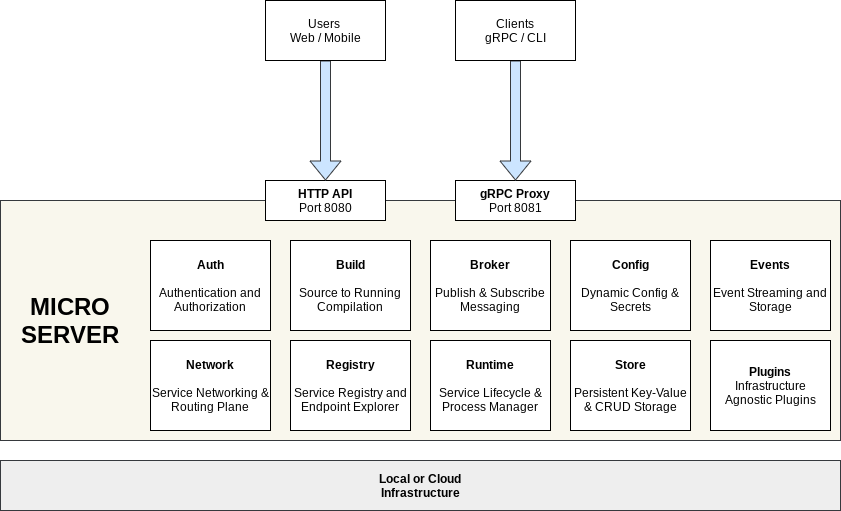
Above: docs/images/micro-3.0.png in micro/micro (draw.io), before the change. Source tidied: cells renumbered, new cells last; positions are measured from the earlier drawing's top-left corner, leaving out a move shared by most shapes. Source of this version:
```xml
<mxGraphModel background="#ffffff">
  <root>
    <mxCell id="0" />
    <mxCell id="1" parent="0" />
    <mxCell id="2" style="rounded=0;whiteSpace=wrap;html=1;fillColor=#f9f7ed;strokeColor=#36393d;" parent="1" vertex="1">
      <mxGeometry y="200" width="840" height="240" as="geometry" />
    </mxCell>
    <mxCell id="3" value="&lt;b&gt;HTTP API&lt;/b&gt;&lt;br&gt;Port 8080" style="rounded=0;whiteSpace=wrap;html=1;" parent="1" vertex="1">
      <mxGeometry x="265" y="180" width="120" height="40" as="geometry" />
    </mxCell>
    <mxCell id="4" style="shape=flexArrow;endArrow=classic;html=1;entryX=0.5;entryY=0;entryDx=0;entryDy=0;exitX=0.5;exitY=1;exitDx=0;exitDy=0;fillColor=#cce5ff;strokeColor=#36393d;" parent="1" edge="1" source="8" target="3">
      <mxGeometry relative="1" as="geometry" />
    </mxCell>
    <mxCell id="5" value="&lt;b&gt;gRPC Proxy&lt;/b&gt;&lt;br&gt;Port 8081" style="rounded=0;whiteSpace=wrap;html=1;" parent="1" vertex="1">
      <mxGeometry x="455" y="180" width="120" height="40" as="geometry" />
    </mxCell>
    <mxCell id="6" style="shape=flexArrow;endArrow=classic;html=1;entryX=0.5;entryY=0;entryDx=0;entryDy=0;fillColor=#cce5ff;strokeColor=#36393d;" parent="1" edge="1" source="7" target="5">
      <mxGeometry relative="1" as="geometry" />
    </mxCell>
    <mxCell id="7" value="&lt;font style=&quot;font-size: 12px&quot;&gt;Clients&lt;br&gt;gRPC / CLI&lt;/font&gt;" style="rounded=0;whiteSpace=wrap;html=1;" parent="1" vertex="1">
      <mxGeometry x="455" width="120" height="60" as="geometry" />
    </mxCell>
    <mxCell id="8" value="Users&amp;nbsp;&lt;br&gt;Web / Mobile" style="rounded=0;whiteSpace=wrap;html=1;" parent="1" vertex="1">
      <mxGeometry x="265" width="120" height="60" as="geometry" />
    </mxCell>
    <mxCell id="9" value="&lt;b&gt;Auth&lt;/b&gt;&lt;br&gt;&lt;br&gt;Authentication and Authorization&lt;br&gt;" style="rounded=0;whiteSpace=wrap;html=1;" parent="1" vertex="1">
      <mxGeometry x="150" y="240" width="120" height="90" as="geometry" />
    </mxCell>
    <mxCell id="10" value="&lt;b&gt;Broker&lt;/b&gt;&lt;br&gt;&lt;br&gt;Publish &amp;amp; Subscribe Messaging" style="rounded=0;whiteSpace=wrap;html=1;" parent="1" vertex="1">
      <mxGeometry x="430" y="240" width="120" height="90" as="geometry" />
    </mxCell>
    <mxCell id="11" value="&lt;b&gt;Config&lt;/b&gt;&lt;br&gt;&lt;br&gt;Dynamic Config &amp;amp; Secrets" style="rounded=0;whiteSpace=wrap;html=1;" parent="1" vertex="1">
      <mxGeometry x="570" y="240" width="120" height="90" as="geometry" />
    </mxCell>
    <mxCell id="12" value="&lt;b&gt;Events&lt;/b&gt;&lt;br&gt;&lt;br&gt;Event Streaming and Storage" style="rounded=0;whiteSpace=wrap;html=1;" parent="1" vertex="1">
      <mxGeometry x="710" y="240" width="120" height="90" as="geometry" />
    </mxCell>
    <mxCell id="13" value="&lt;b&gt;Build&lt;br&gt;&lt;/b&gt;&lt;br&gt;Source to Running&lt;br&gt;Compilation" style="rounded=0;whiteSpace=wrap;html=1;" parent="1" vertex="1">
      <mxGeometry x="290" y="240" width="120" height="90" as="geometry" />
    </mxCell>
    <mxCell id="14" value="&lt;b&gt;Registry&lt;/b&gt;&lt;br&gt;&lt;br&gt;Service Registry and Endpoint Explorer" style="rounded=0;whiteSpace=wrap;html=1;" parent="1" vertex="1">
      <mxGeometry x="290" y="340" width="120" height="90" as="geometry" />
    </mxCell>
    <mxCell id="15" value="&lt;b&gt;Runtime&lt;/b&gt;&lt;br&gt;&lt;br&gt;Service Lifecycle &amp;amp; Process Manager" style="rounded=0;whiteSpace=wrap;html=1;" parent="1" vertex="1">
      <mxGeometry x="430" y="340" width="120" height="90" as="geometry" />
    </mxCell>
    <mxCell id="16" value="&lt;b&gt;Network&lt;br&gt;&lt;/b&gt;&lt;br&gt;Service Networking &amp;amp; Routing Plane" style="rounded=0;whiteSpace=wrap;html=1;" parent="1" vertex="1">
      <mxGeometry x="150" y="340" width="120" height="90" as="geometry" />
    </mxCell>
    <mxCell id="17" value="&lt;b&gt;Store&lt;/b&gt;&lt;br&gt;&lt;br&gt;Persistent Key-Value &amp;amp; CRUD Storage" style="rounded=0;whiteSpace=wrap;html=1;" parent="1" vertex="1">
      <mxGeometry x="570" y="340" width="120" height="90" as="geometry" />
    </mxCell>
    <mxCell id="18" value="&lt;b&gt;Local or Cloud&lt;br&gt;Infrastructure&lt;br&gt;&lt;/b&gt;" style="rounded=0;whiteSpace=wrap;html=1;fillColor=#eeeeee;strokeColor=#36393d;" parent="1" vertex="1">
      <mxGeometry y="460" width="840" height="50" as="geometry" />
    </mxCell>
    <mxCell id="19" value="&lt;b&gt;Plugins&lt;/b&gt;&lt;br&gt;Infrastructure Agnostic Plugins" style="rounded=0;whiteSpace=wrap;html=1;" parent="1" vertex="1">
      <mxGeometry x="710" y="340" width="120" height="90" as="geometry" />
    </mxCell>
    <mxCell id="20" value="&lt;b&gt;&lt;font style=&quot;font-size: 24px&quot;&gt;MICRO&lt;br&gt;SERVER&lt;br&gt;&lt;/font&gt;&lt;/b&gt;" style="text;html=1;strokeColor=none;fillColor=none;align=center;verticalAlign=middle;whiteSpace=wrap;rounded=0;direction=east;" parent="1" vertex="1">
      <mxGeometry x="50" y="310" width="40" height="20" as="geometry" />
    </mxCell>
  </root>
</mxGraphModel>
```
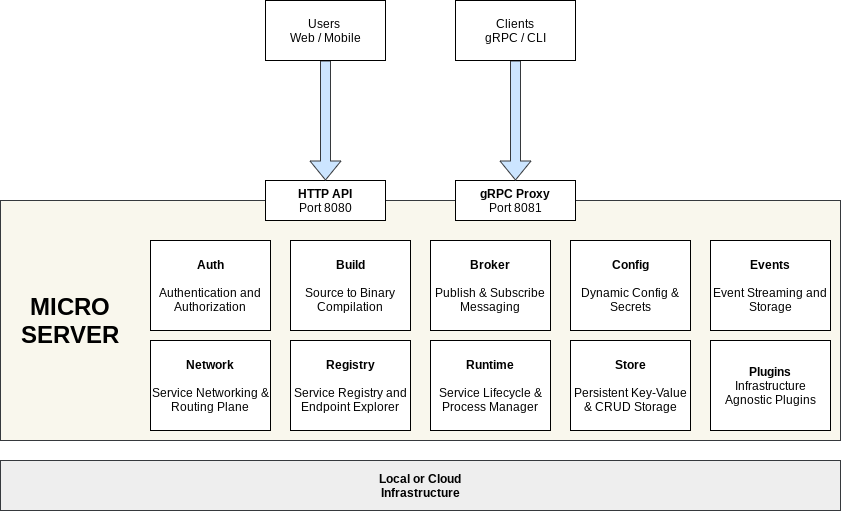
After the commit.

Change to the diagram source:
```diff
@@ -35,7 +35,7 @@
     <mxCell id="12" value="&lt;b&gt;Events&lt;/b&gt;&lt;br&gt;&lt;br&gt;Event Streaming and Storage" style="rounded=0;whiteSpace=wrap;html=1;" parent="1" vertex="1">
       <mxGeometry x="710" y="240" width="120" height="90" as="geometry" />
     </mxCell>
-    <mxCell id="13" value="&lt;b&gt;Build&lt;br&gt;&lt;/b&gt;&lt;br&gt;Source to Running&lt;br&gt;Compilation" style="rounded=0;whiteSpace=wrap;html=1;" parent="1" vertex="1">
+    <mxCell id="13" value="&lt;b&gt;Build&lt;br&gt;&lt;/b&gt;&lt;br&gt;Source to Binary&lt;br&gt;Compilation" style="rounded=0;whiteSpace=wrap;html=1;" parent="1" vertex="1">
       <mxGeometry x="290" y="240" width="120" height="90" as="geometry" />
     </mxCell>
     <mxCell id="14" value="&lt;b&gt;Registry&lt;/b&gt;&lt;br&gt;&lt;br&gt;Service Registry and Endpoint Explorer" style="rounded=0;whiteSpace=wrap;html=1;" parent="1" vertex="1">
```
